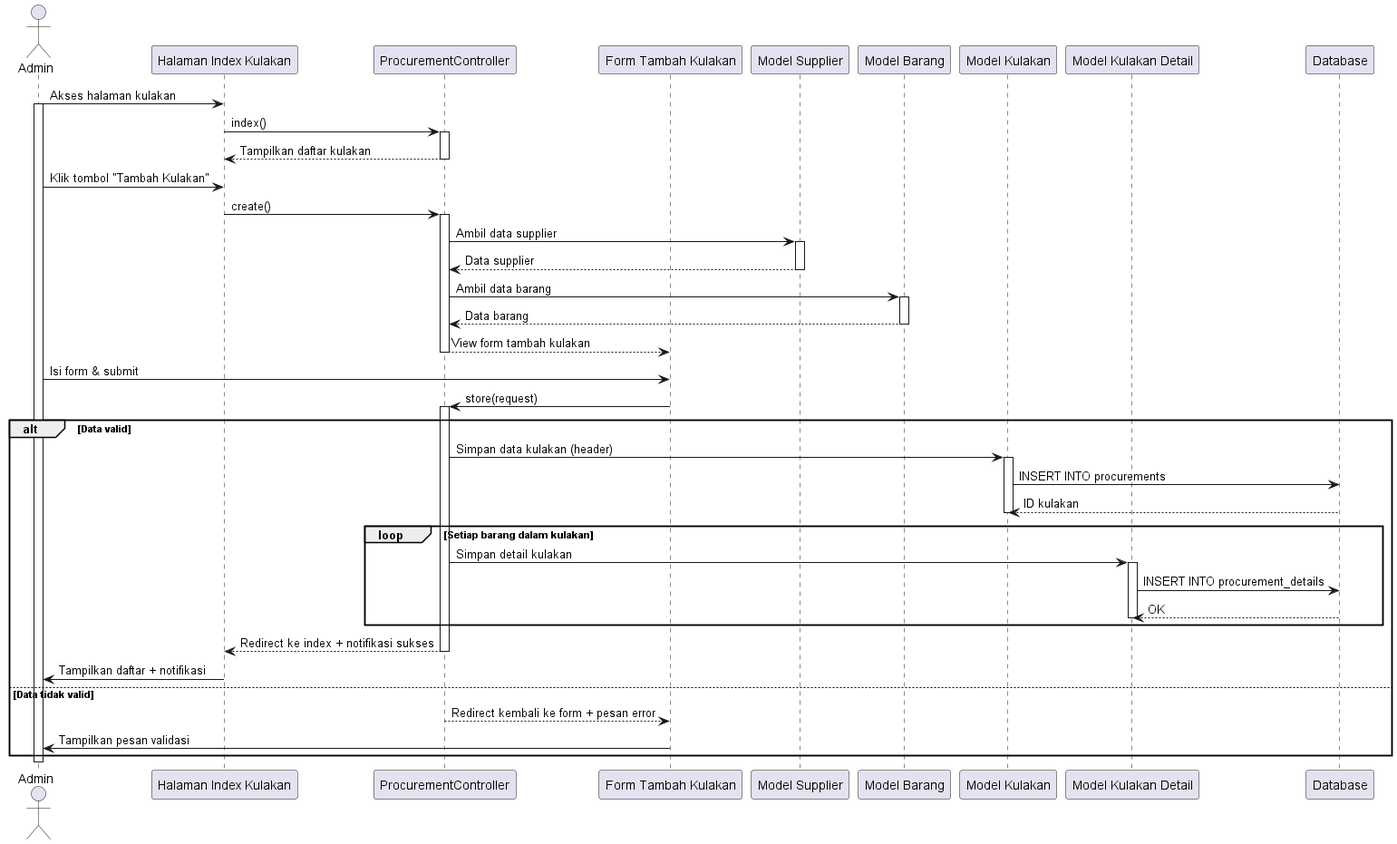
Above: out/sequence diagram/kulakan/membuat_kulakan/membuat_kulakan.png in tengahcang/UML_TA (PlantUML), before the change.
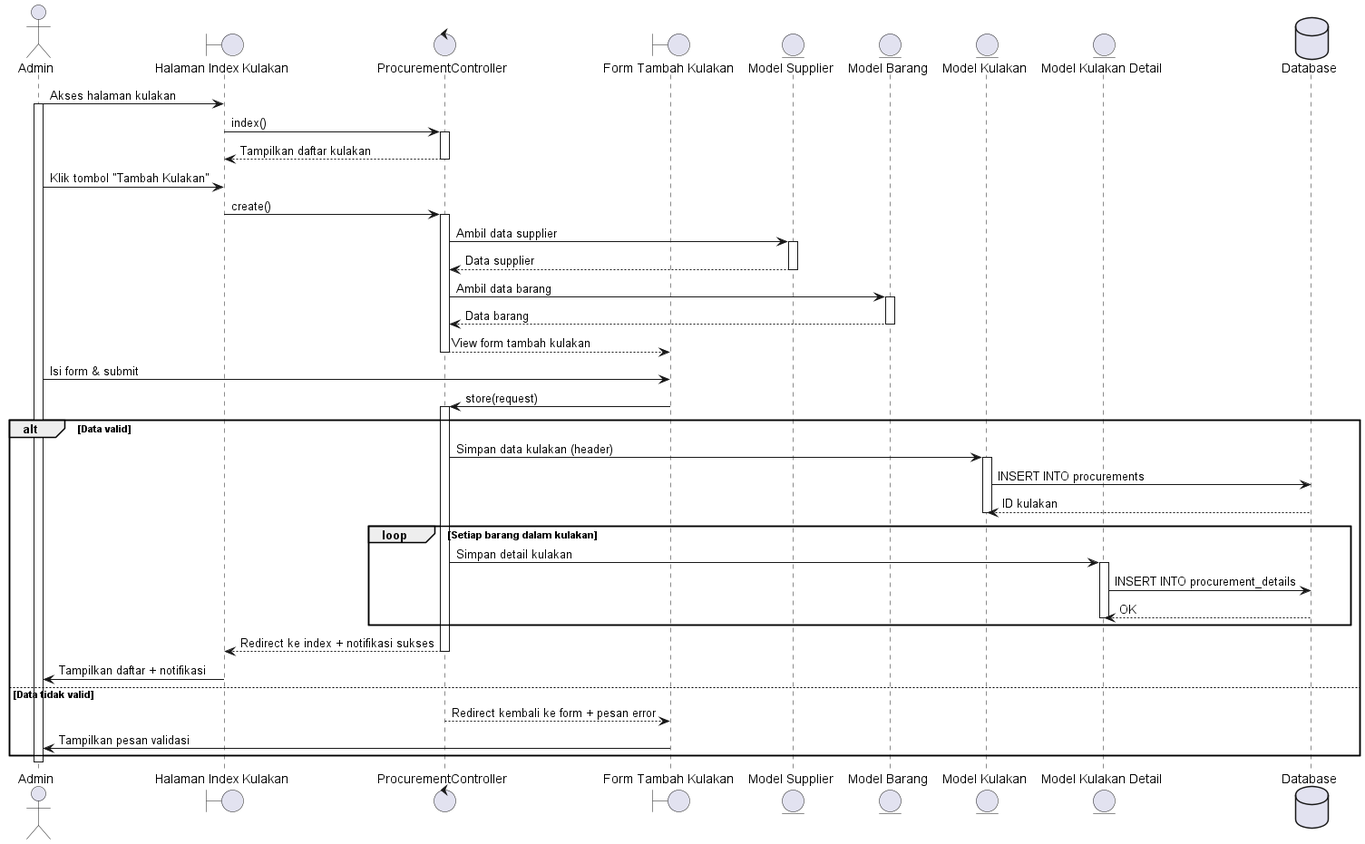
After the change.

Change to the diagram source:
```diff
@@ -1,14 +1,14 @@
 @startuml
 actor Admin
 
-participant "Halaman Index Kulakan" as KulakanIndex
-participant "ProcurementController" as Controller
-participant "Form Tambah Kulakan" as CreateForm
-participant "Model Supplier" as SupplierModel
-participant "Model Barang" as ProductModel
-participant "Model Kulakan" as ProcurementModel
-participant "Model Kulakan Detail" as ProcurementDetailsModel
-participant "Database" as DB
+boundary "Halaman Index Kulakan" as KulakanIndex
+control "ProcurementController" as Controller
+boundary "Form Tambah Kulakan" as CreateForm
+entity "Model Supplier" as SupplierModel
+entity "Model Barang" as ProductModel
+entity "Model Kulakan" as ProcurementModel
+entity "Model Kulakan Detail" as ProcurementDetailsModel
+database "Database" as DB
 
 Admin -> KulakanIndex: Akses halaman kulakan
 activate Admin
```
